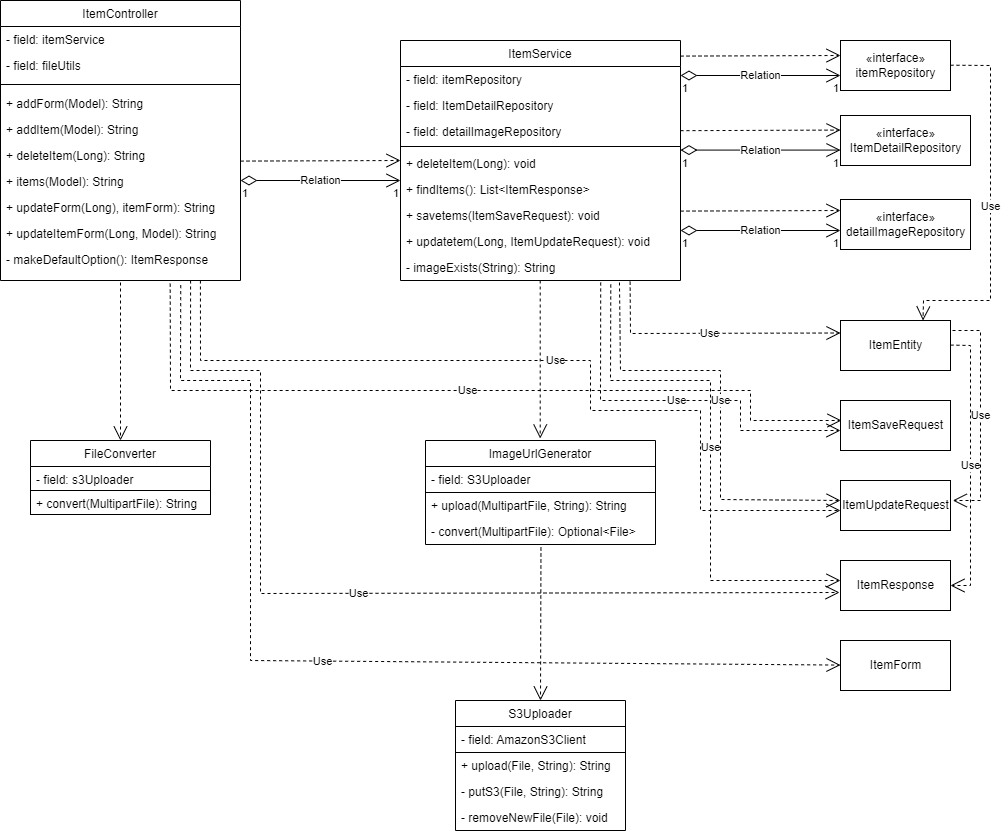
This is backoffice-class-diagram.png from chanhl22/kilometer-backend-backoffic-class-diagram, a draw.io export, as it was before one commit. Source tidied: cells renumbered, new cells last; positions are measured from the earlier drawing's top-left corner, leaving out a move shared by most shapes.
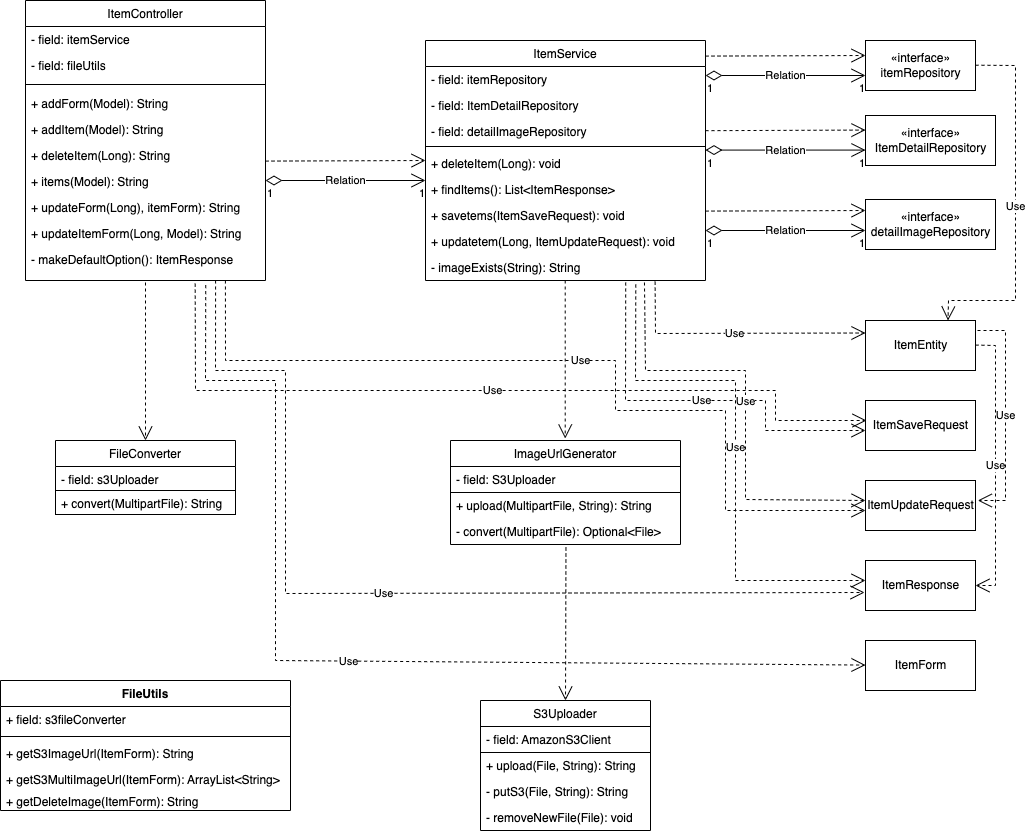
The same diagram one commit later.

What changed in the source:
```diff
@@ -321,5 +321,23 @@
         </Array>
       </mxGeometry>
     </mxCell>
+    <mxCell id="73" value="FileUtils" style="swimlane;fontStyle=1;align=center;verticalAlign=top;horizontal=1;startSize=26;" parent="1" vertex="1">
+      <mxGeometry x="-25" y="680" width="290" height="130" as="geometry" />
+    </mxCell>
+    <mxCell id="74" value="+ field: s3fileConverter" style="text;strokeColor=none;fillColor=none;align=left;verticalAlign=top;spacingLeft=4;spacingRight=4;overflow=hidden;" parent="73" vertex="1">
+      <mxGeometry y="26" width="290" height="26" as="geometry" />
+    </mxCell>
+    <mxCell id="75" style="line;strokeWidth=1;fillColor=none;align=left;verticalAlign=middle;spacingTop=-1;spacingLeft=3;spacingRight=3;labelPosition=right;" parent="73" vertex="1">
+      <mxGeometry y="52" width="290" height="8" as="geometry" />
+    </mxCell>
+    <mxCell id="76" value="+ getS3ImageUrl(ItemForm): String" style="text;strokeColor=none;fillColor=none;align=left;verticalAlign=top;spacingLeft=4;spacingRight=4;overflow=hidden;" parent="73" vertex="1">
+      <mxGeometry y="60" width="290" height="26" as="geometry" />
+    </mxCell>
+    <mxCell id="77" value="+ getS3MultiImageUrl(ItemForm): ArrayList&lt;String&gt;" style="text;strokeColor=none;fillColor=none;align=left;verticalAlign=top;spacingLeft=4;spacingRight=4;overflow=hidden;" parent="73" vertex="1">
+      <mxGeometry y="86" width="290" height="22" as="geometry" />
+    </mxCell>
+    <mxCell id="78" value="+ getDeleteImage(ItemForm): String" style="text;strokeColor=none;fillColor=none;align=left;verticalAlign=top;spacingLeft=4;spacingRight=4;overflow=hidden;" parent="73" vertex="1">
+      <mxGeometry y="108" width="290" height="22" as="geometry" />
+    </mxCell>
   </root>
 </mxGraphModel>
```
